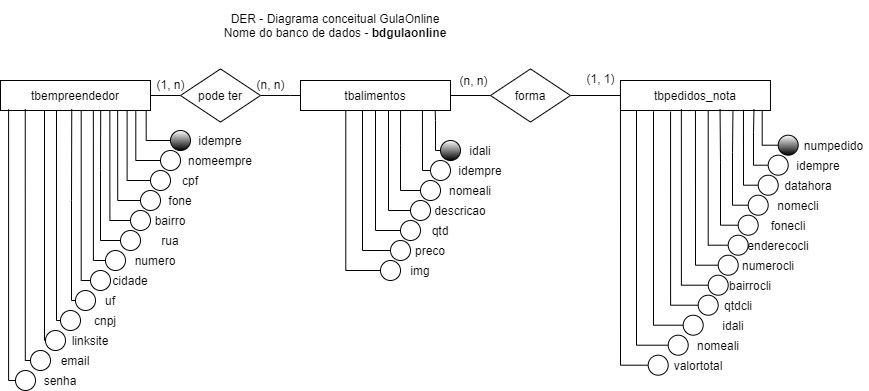
This is dc/gulaonline__DER_conceitual.png from Robesio/ds_tcc, a draw.io export, as it was before one commit. Source tidied: cells renumbered, new cells last; positions are measured from the earlier drawing's top-left corner, leaving out a move shared by most shapes.
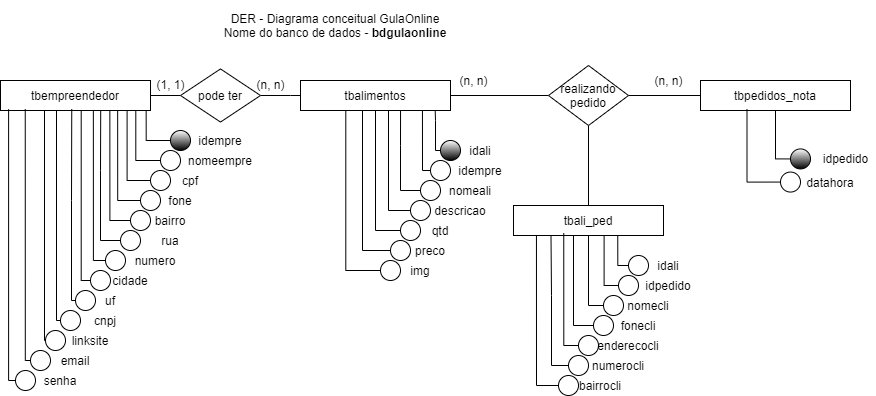
Later version of the same file.

The edit, as a diff of the source:
```diff
@@ -127,7 +127,7 @@
     <mxCell id="36" value="pode ter" style="rhombus;whiteSpace=wrap;html=1;strokeColor=#000000;gradientColor=none;" parent="1" vertex="1">
       <mxGeometry x="180" y="68.4" width="80" height="53.1" as="geometry" />
     </mxCell>
-    <mxCell id="37" value="(1, n)" style="text;html=1;align=center;verticalAlign=middle;shadow=1;" parent="1" vertex="1">
+    <mxCell id="37" value="(1, 1)" style="text;html=1;align=center;verticalAlign=middle;shadow=1;" parent="1" vertex="1">
       <mxGeometry x="150" y="73.8" width="40" height="20" as="geometry" />
     </mxCell>
     <mxCell id="38" value="(n, n)" style="text;html=1;align=center;verticalAlign=middle;points=[];shadow=1;" parent="1" vertex="1">
@@ -148,110 +148,32 @@
       <mxGeometry x="70" y="330" width="40" height="20" as="geometry" />
     </mxCell>
     <mxCell id="42" value="tbpedidos_nota" style="rounded=0;whiteSpace=wrap;html=1;" parent="1" vertex="1">
-      <mxGeometry x="620" y="80" width="150" height="30" as="geometry" />
+      <mxGeometry x="700" y="80" width="150" height="30" as="geometry" />
     </mxCell>
-    <mxCell id="43" style="edgeStyle=orthogonalEdgeStyle;rounded=0;jettySize=auto;html=1;exitX=0;exitY=0.5;exitDx=0;exitDy=0;entryX=0.945;entryY=0.993;entryDx=0;entryDy=0;entryPerimeter=0;endArrow=none;endFill=0;" parent="1" edge="1" source="44" target="42">
-      <mxGeometry relative="1" as="geometry" />
+    <mxCell id="43" style="edgeStyle=orthogonalEdgeStyle;rounded=0;jettySize=auto;html=1;exitX=0;exitY=0.5;exitDx=0;exitDy=0;entryX=0.5;entryY=1;entryDx=0;entryDy=0;endArrow=none;endFill=0;" parent="1" edge="1" source="44" target="42">
+      <mxGeometry relative="1" as="geometry">
+        <Array as="points">
+          <mxPoint x="775" y="158" />
+        </Array>
+      </mxGeometry>
     </mxCell>
     <mxCell id="44" style="ellipse;whiteSpace=wrap;html=1;gradientColor=#000000;" parent="1" vertex="1">
-      <mxGeometry x="777.7" y="134.7" width="20" height="20" as="geometry" />
+      <mxGeometry x="790" y="148.4" width="20" height="20" as="geometry" />
     </mxCell>
-    <mxCell id="45" style="edgeStyle=orthogonalEdgeStyle;rounded=0;jettySize=auto;html=1;exitX=0;exitY=0.5;exitDx=0;exitDy=0;endArrow=none;endFill=0;entryX=0.89;entryY=0.958;entryDx=0;entryDy=0;entryPerimeter=0;" parent="1" edge="1" source="46" target="42">
-      <mxGeometry relative="1" as="geometry">
-        <Array as="points">
-          <mxPoint x="753" y="165" />
-          <mxPoint x="753" y="132" />
-        </Array>
-      </mxGeometry>
-    </mxCell>
-    <mxCell id="46" style="ellipse;whiteSpace=wrap;html=1;strokeColor=#000000;" parent="1" vertex="1">
-      <mxGeometry x="767.7" y="154.7" width="20" height="20" as="geometry" />
-    </mxCell>
-    <mxCell id="47" style="edgeStyle=orthogonalEdgeStyle;rounded=0;jettySize=auto;html=1;exitX=0;exitY=0.5;exitDx=0;exitDy=0;entryX=0.82;entryY=0.975;entryDx=0;entryDy=0;entryPerimeter=0;endArrow=none;endFill=0;" parent="1" edge="1" source="48" target="42">
-      <mxGeometry relative="1" as="geometry">
-        <Array as="points">
-          <mxPoint x="743" y="185" />
-        </Array>
-      </mxGeometry>
+    <mxCell id="47" style="edgeStyle=orthogonalEdgeStyle;rounded=0;jettySize=auto;html=1;exitX=0;exitY=0.5;exitDx=0;exitDy=0;entryX=0.31;entryY=0.952;entryDx=0;entryDy=0;entryPerimeter=0;endArrow=none;endFill=0;" parent="1" edge="1" source="48" target="42">
+      <mxGeometry relative="1" as="geometry" />
     </mxCell>
     <mxCell id="48" style="ellipse;whiteSpace=wrap;html=1;strokeColor=#000000;" parent="1" vertex="1">
-      <mxGeometry x="757.7" y="174.7" width="20" height="20" as="geometry" />
+      <mxGeometry x="780" y="171.6" width="20" height="20" as="geometry" />
     </mxCell>
     <mxCell id="49" value="datahora" style="text;html=1;strokeColor=none;fillColor=none;align=center;verticalAlign=middle;whiteSpace=wrap;rounded=0;" parent="1" vertex="1">
-      <mxGeometry x="787.7" y="174.7" width="40" height="20" as="geometry" />
+      <mxGeometry x="810" y="171.6" width="40" height="20" as="geometry" />
     </mxCell>
-    <mxCell id="50" style="edgeStyle=orthogonalEdgeStyle;rounded=0;jettySize=auto;html=1;exitX=0;exitY=0.5;exitDx=0;exitDy=0;entryX=0.75;entryY=1;entryDx=0;entryDy=0;endArrow=none;endFill=0;" parent="1" edge="1" source="51" target="42">
-      <mxGeometry relative="1" as="geometry">
-        <Array as="points">
-          <mxPoint x="732" y="205" />
-          <mxPoint x="732" y="152" />
-        </Array>
-      </mxGeometry>
-    </mxCell>
-    <mxCell id="51" style="ellipse;whiteSpace=wrap;html=1;strokeColor=#000000;" parent="1" vertex="1">
-      <mxGeometry x="747.7" y="194.7" width="20" height="20" as="geometry" />
-    </mxCell>
-    <mxCell id="52" value="nomecli" style="text;html=1;strokeColor=none;fillColor=none;align=center;verticalAlign=middle;whiteSpace=wrap;rounded=0;" parent="1" vertex="1">
-      <mxGeometry x="777.7" y="194.7" width="40" height="20" as="geometry" />
-    </mxCell>
-    <mxCell id="53" style="edgeStyle=orthogonalEdgeStyle;rounded=0;jettySize=auto;html=1;exitX=0;exitY=0.5;exitDx=0;exitDy=0;entryX=0.664;entryY=0.958;entryDx=0;entryDy=0;entryPerimeter=0;endArrow=none;endFill=0;" parent="1" edge="1" source="54" target="42">
-      <mxGeometry relative="1" as="geometry">
-        <Array as="points">
-          <mxPoint x="720" y="225" />
-          <mxPoint x="720" y="162" />
-        </Array>
-      </mxGeometry>
-    </mxCell>
-    <mxCell id="54" style="ellipse;whiteSpace=wrap;html=1;strokeColor=#000000;" parent="1" vertex="1">
-      <mxGeometry x="737.7" y="214.7" width="20" height="20" as="geometry" />
-    </mxCell>
-    <mxCell id="55" value="fonecli" style="text;html=1;strokeColor=none;fillColor=none;align=center;verticalAlign=middle;whiteSpace=wrap;rounded=0;" parent="1" vertex="1">
-      <mxGeometry x="767.7" y="214.7" width="40" height="20" as="geometry" />
-    </mxCell>
-    <mxCell id="56" style="edgeStyle=orthogonalEdgeStyle;rounded=0;jettySize=auto;html=1;exitX=0;exitY=0.5;exitDx=0;exitDy=0;entryX=0.585;entryY=0.993;entryDx=0;entryDy=0;entryPerimeter=0;endArrow=none;endFill=0;" parent="1" edge="1" source="57" target="42">
-      <mxGeometry relative="1" as="geometry" />
-    </mxCell>
-    <mxCell id="57" style="ellipse;whiteSpace=wrap;html=1;strokeColor=#000000;" parent="1" vertex="1">
-      <mxGeometry x="727.7" y="234.7" width="20" height="20" as="geometry" />
-    </mxCell>
-    <mxCell id="58" value="enderecocli" style="text;html=1;strokeColor=none;fillColor=none;align=center;verticalAlign=middle;whiteSpace=wrap;rounded=0;" parent="1" vertex="1">
-      <mxGeometry x="757.7" y="234.7" width="40" height="20" as="geometry" />
-    </mxCell>
-    <mxCell id="59" style="edgeStyle=orthogonalEdgeStyle;rounded=0;jettySize=auto;html=1;exitX=0;exitY=0.5;exitDx=0;exitDy=0;entryX=0.5;entryY=1;entryDx=0;entryDy=0;endArrow=none;endFill=0;" parent="1" edge="1" source="60" target="42">
-      <mxGeometry relative="1" as="geometry" />
-    </mxCell>
-    <mxCell id="60" style="ellipse;whiteSpace=wrap;html=1;strokeColor=#000000;" parent="1" vertex="1">
-      <mxGeometry x="717.7" y="254.7" width="20" height="20" as="geometry" />
-    </mxCell>
-    <mxCell id="61" value="numerocli" style="text;html=1;strokeColor=none;fillColor=none;align=center;verticalAlign=middle;whiteSpace=wrap;rounded=0;" parent="1" vertex="1">
-      <mxGeometry x="747.7" y="254.7" width="40" height="20" as="geometry" />
-    </mxCell>
-    <mxCell id="62" value="numpedido" style="text;html=1;align=center;verticalAlign=middle;" parent="1" vertex="1">
-      <mxGeometry x="797.7" y="134.7" width="70" height="20" as="geometry" />
+    <mxCell id="62" value="&lt;span&gt;idpedido&lt;/span&gt;" style="text;html=1;align=center;verticalAlign=middle;" parent="1" vertex="1">
+      <mxGeometry x="815" y="148.4" width="60" height="20" as="geometry" />
     </mxCell>
-    <mxCell id="63" value="idempre" style="text;html=1;strokeColor=none;fillColor=none;align=center;verticalAlign=middle;whiteSpace=wrap;rounded=0;" parent="1" vertex="1">
-      <mxGeometry x="797.7" y="154.7" width="40" height="20" as="geometry" />
-    </mxCell>
-    <mxCell id="64" style="edgeStyle=orthogonalEdgeStyle;rounded=0;jettySize=auto;html=1;exitX=0;exitY=0.5;exitDx=0;exitDy=0;entryX=0.406;entryY=0.959;entryDx=0;entryDy=0;entryPerimeter=0;endArrow=none;endFill=0;" parent="1" edge="1" source="65" target="42">
-      <mxGeometry relative="1" as="geometry" />
-    </mxCell>
-    <mxCell id="65" style="ellipse;whiteSpace=wrap;html=1;strokeColor=#000000;" parent="1" vertex="1">
-      <mxGeometry x="707.7" y="274.7" width="20" height="20" as="geometry" />
-    </mxCell>
-    <mxCell id="66" value="bairrocli" style="text;html=1;strokeColor=none;fillColor=none;align=center;verticalAlign=middle;whiteSpace=wrap;rounded=0;" parent="1" vertex="1">
-      <mxGeometry x="730" y="274.7" width="40" height="20" as="geometry" />
-    </mxCell>
-    <mxCell id="67" style="edgeStyle=orthogonalEdgeStyle;rounded=0;jettySize=auto;html=1;exitX=0;exitY=0.5;exitDx=0;exitDy=0;endArrow=none;endFill=0;entryX=0.334;entryY=1.034;entryDx=0;entryDy=0;entryPerimeter=0;" parent="1" edge="1" source="68" target="42">
-      <mxGeometry relative="1" as="geometry" />
-    </mxCell>
-    <mxCell id="68" style="ellipse;whiteSpace=wrap;html=1;strokeColor=#000000;" parent="1" vertex="1">
-      <mxGeometry x="697.7" y="294.7" width="20" height="20" as="geometry" />
-    </mxCell>
-    <mxCell id="69" value="qtdcli" style="text;html=1;strokeColor=none;fillColor=none;align=center;verticalAlign=middle;whiteSpace=wrap;rounded=0;" parent="1" vertex="1">
-      <mxGeometry x="717.7" y="294.7" width="40" height="20" as="geometry" />
-    </mxCell>
-    <mxCell id="70" value="(1, 1)" style="text;html=1;align=center;verticalAlign=middle;shadow=1;" parent="1" vertex="1">
-      <mxGeometry x="580" y="68.4" width="40" height="20" as="geometry" />
+    <mxCell id="70" value="(n, n)" style="text;html=1;align=center;verticalAlign=middle;shadow=1;" parent="1" vertex="1">
+      <mxGeometry x="648" y="70" width="40" height="20" as="geometry" />
     </mxCell>
     <mxCell id="71" style="edgeStyle=orthogonalEdgeStyle;rounded=0;jettySize=auto;html=1;exitX=0;exitY=0.5;exitDx=0;exitDy=0;entryX=0.165;entryY=0.958;entryDx=0;entryDy=0;entryPerimeter=0;endArrow=none;endFill=0;" parent="1" edge="1" source="72" target="4">
       <mxGeometry relative="1" as="geometry">
@@ -279,9 +201,6 @@
     <mxCell id="76" value="senha" style="text;html=1;strokeColor=none;fillColor=none;align=center;verticalAlign=middle;whiteSpace=wrap;rounded=0;" parent="1" vertex="1">
       <mxGeometry x="40" y="370" width="40" height="20" as="geometry" />
     </mxCell>
-    <mxCell id="77" style="edgeStyle=orthogonalEdgeStyle;rounded=0;jettySize=auto;html=1;exitX=1;exitY=0.5;exitDx=0;exitDy=0;entryX=0;entryY=0.5;entryDx=0;entryDy=0;endArrow=none;endFill=0;" parent="1" edge="1" source="79" target="102">
-      <mxGeometry relative="1" as="geometry" />
-    </mxCell>
     <mxCell id="78" style="edgeStyle=orthogonalEdgeStyle;rounded=0;jettySize=auto;html=1;exitX=0;exitY=0.5;exitDx=0;exitDy=0;entryX=1;entryY=1.063;entryDx=0;entryDy=0;entryPerimeter=0;endArrow=none;endFill=0;" parent="1" edge="1" source="79" target="38">
       <mxGeometry relative="1" as="geometry" />
     </mxCell>
@@ -371,56 +290,111 @@
     <mxCell id="100" value="img" style="text;html=1;strokeColor=none;fillColor=none;align=center;verticalAlign=middle;whiteSpace=wrap;rounded=0;" parent="1" vertex="1">
       <mxGeometry x="400" y="260" width="40" height="20" as="geometry" />
     </mxCell>
-    <mxCell id="101" style="edgeStyle=orthogonalEdgeStyle;rounded=0;jettySize=auto;html=1;exitX=1;exitY=0.5;exitDx=0;exitDy=0;entryX=0;entryY=0.5;entryDx=0;entryDy=0;endArrow=none;endFill=0;" parent="1" edge="1" source="102" target="42">
-      <mxGeometry relative="1" as="geometry" />
-    </mxCell>
-    <mxCell id="102" value="forma" style="rhombus;whiteSpace=wrap;html=1;strokeColor=#000000;gradientColor=none;" parent="1" vertex="1">
-      <mxGeometry x="490" y="68.4" width="80" height="53.1" as="geometry" />
-    </mxCell>
     <mxCell id="103" value="(n, n)" style="text;html=1;align=center;verticalAlign=middle;" parent="1" vertex="1">
       <mxGeometry x="453" y="70" width="40" height="20" as="geometry" />
     </mxCell>
-    <mxCell id="104" style="edgeStyle=orthogonalEdgeStyle;rounded=0;jettySize=auto;html=1;exitX=0;exitY=0.5;exitDx=0;exitDy=0;endArrow=none;endFill=0;" parent="1" edge="1" source="105">
-      <mxGeometry relative="1" as="geometry">
-        <mxPoint x="653" y="120" as="targetPoint" />
-        <Array as="points">
-          <mxPoint x="653" y="325" />
-          <mxPoint x="653" y="111" />
-        </Array>
-      </mxGeometry>
-    </mxCell>
-    <mxCell id="105" style="ellipse;whiteSpace=wrap;html=1;strokeColor=#000000;" parent="1" vertex="1">
-      <mxGeometry x="682.7" y="314.7" width="20" height="20" as="geometry" />
-    </mxCell>
+    <mxCell id="113" style="edgeStyle=orthogonalEdgeStyle;rounded=0;jettySize=auto;html=1;exitX=0;exitY=0.5;exitDx=0;exitDy=0;entryX=0.695;entryY=0.982;entryDx=0;entryDy=0;entryPerimeter=0;endArrow=none;endFill=0;" parent="1" edge="1" source="114" target="123">
+      <mxGeometry relative="1" as="geometry" />
+    </mxCell>
+    <mxCell id="114" style="ellipse;whiteSpace=wrap;html=1;strokeColor=#000000;" parent="1" vertex="1">
+      <mxGeometry x="628" y="255" width="20" height="20" as="geometry" />
+    </mxCell>
     <mxCell id="106" value="idali" style="text;html=1;strokeColor=none;fillColor=none;align=center;verticalAlign=middle;whiteSpace=wrap;rounded=0;" parent="1" vertex="1">
-      <mxGeometry x="712.7" y="314.7" width="40" height="20" as="geometry" />
+      <mxGeometry x="648" y="255" width="40" height="20" as="geometry" />
     </mxCell>
-    <mxCell id="107" style="edgeStyle=orthogonalEdgeStyle;rounded=0;jettySize=auto;html=1;exitX=0;exitY=0.5;exitDx=0;exitDy=0;endArrow=none;endFill=0;" parent="1" edge="1" source="108">
-      <mxGeometry relative="1" as="geometry">
-        <mxPoint x="636" y="110" as="targetPoint" />
-        <Array as="points">
-          <mxPoint x="636" y="345" />
-        </Array>
-      </mxGeometry>
-    </mxCell>
-    <mxCell id="108" style="ellipse;whiteSpace=wrap;html=1;strokeColor=#000000;" parent="1" vertex="1">
-      <mxGeometry x="667.7" y="334.7" width="20" height="20" as="geometry" />
-    </mxCell>
-    <mxCell id="109" value="nomeali" style="text;html=1;strokeColor=none;fillColor=none;align=center;verticalAlign=middle;whiteSpace=wrap;rounded=0;" parent="1" vertex="1">
-      <mxGeometry x="697.7" y="334.7" width="40" height="20" as="geometry" />
-    </mxCell>
-    <mxCell id="110" style="edgeStyle=orthogonalEdgeStyle;rounded=0;jettySize=auto;html=1;exitX=0;exitY=0.5;exitDx=0;exitDy=0;entryX=0;entryY=1;entryDx=0;entryDy=0;endArrow=none;endFill=0;" parent="1" edge="1" source="111" target="42">
-      <mxGeometry relative="1" as="geometry">
-        <Array as="points">
-          <mxPoint x="620" y="365" />
-        </Array>
-      </mxGeometry>
-    </mxCell>
-    <mxCell id="111" style="ellipse;whiteSpace=wrap;html=1;strokeColor=#000000;" parent="1" vertex="1">
-      <mxGeometry x="647.7" y="354.7" width="20" height="20" as="geometry" />
-    </mxCell>
-    <mxCell id="112" value="valortotal" style="text;html=1;strokeColor=none;fillColor=none;align=center;verticalAlign=middle;whiteSpace=wrap;rounded=0;" parent="1" vertex="1">
-      <mxGeometry x="677.7" y="354.7" width="40" height="20" as="geometry" />
-    </mxCell>
+    <mxCell id="115" style="edgeStyle=orthogonalEdgeStyle;rounded=0;jettySize=auto;html=1;exitX=0;exitY=0.5;exitDx=0;exitDy=0;entryX=0.604;entryY=0.952;entryDx=0;entryDy=0;entryPerimeter=0;endArrow=none;endFill=0;" parent="1" edge="1" source="116" target="123">
+      <mxGeometry relative="1" as="geometry">
+        <Array as="points">
+          <mxPoint x="604" y="285" />
+        </Array>
+      </mxGeometry>
+    </mxCell>
+    <mxCell id="116" style="ellipse;whiteSpace=wrap;html=1;strokeColor=#000000;" parent="1" vertex="1">
+      <mxGeometry x="618" y="275" width="20" height="20" as="geometry" />
+    </mxCell>
+    <mxCell id="117" value="idpedido" style="text;html=1;strokeColor=none;fillColor=none;align=center;verticalAlign=middle;whiteSpace=wrap;rounded=0;" parent="1" vertex="1">
+      <mxGeometry x="648" y="275" width="40" height="20" as="geometry" />
+    </mxCell>
+    <mxCell id="118" style="edgeStyle=orthogonalEdgeStyle;rounded=0;jettySize=auto;html=1;exitX=0;exitY=0.5;exitDx=0;exitDy=0;endArrow=none;endFill=0;" parent="1" edge="1" source="119" target="123">
+      <mxGeometry relative="1" as="geometry">
+        <Array as="points">
+          <mxPoint x="588" y="305" />
+        </Array>
+      </mxGeometry>
+    </mxCell>
+    <mxCell id="119" style="ellipse;whiteSpace=wrap;html=1;strokeColor=#000000;" parent="1" vertex="1">
+      <mxGeometry x="603" y="295" width="20" height="20" as="geometry" />
+    </mxCell>
+    <mxCell id="52" value="nomecli" style="text;html=1;strokeColor=none;fillColor=none;align=center;verticalAlign=middle;whiteSpace=wrap;rounded=0;" parent="1" vertex="1">
+      <mxGeometry x="628" y="295" width="40" height="20" as="geometry" />
+    </mxCell>
+    <mxCell id="120" style="edgeStyle=orthogonalEdgeStyle;rounded=0;jettySize=auto;html=1;exitX=0;exitY=0.5;exitDx=0;exitDy=0;endArrow=none;endFill=0;" parent="1" edge="1" source="121" target="123">
+      <mxGeometry relative="1" as="geometry">
+        <Array as="points">
+          <mxPoint x="573" y="325" />
+        </Array>
+      </mxGeometry>
+    </mxCell>
+    <mxCell id="121" style="ellipse;whiteSpace=wrap;html=1;strokeColor=#000000;" parent="1" vertex="1">
+      <mxGeometry x="593" y="315" width="20" height="20" as="geometry" />
+    </mxCell>
+    <mxCell id="55" value="fonecli" style="text;html=1;strokeColor=none;fillColor=none;align=center;verticalAlign=middle;whiteSpace=wrap;rounded=0;" parent="1" vertex="1">
+      <mxGeometry x="618" y="315" width="40" height="20" as="geometry" />
+    </mxCell>
+    <mxCell id="122" style="edgeStyle=none;rounded=0;jettySize=auto;html=1;exitX=0.5;exitY=0;exitDx=0;exitDy=0;entryX=0.5;entryY=1;entryDx=0;entryDy=0;endArrow=none;endFill=0;" parent="1" edge="1" source="123" target="132">
+      <mxGeometry relative="1" as="geometry" />
+    </mxCell>
+    <mxCell id="123" value="tbali_ped" style="rounded=0;whiteSpace=wrap;html=1;" parent="1" vertex="1">
+      <mxGeometry x="513" y="205" width="150" height="30" as="geometry" />
+    </mxCell>
+    <mxCell id="124" style="edgeStyle=orthogonalEdgeStyle;rounded=0;jettySize=auto;html=1;exitX=0;exitY=0.5;exitDx=0;exitDy=0;entryX=0.335;entryY=0.921;entryDx=0;entryDy=0;entryPerimeter=0;endArrow=none;endFill=0;" parent="1" edge="1" source="125" target="123">
+      <mxGeometry relative="1" as="geometry">
+        <Array as="points">
+          <mxPoint x="563" y="345" />
+        </Array>
+      </mxGeometry>
+    </mxCell>
+    <mxCell id="125" style="ellipse;whiteSpace=wrap;html=1;strokeColor=#000000;" parent="1" vertex="1">
+      <mxGeometry x="578" y="335" width="20" height="20" as="geometry" />
+    </mxCell>
+    <mxCell id="58" value="enderecocli" style="text;html=1;strokeColor=none;fillColor=none;align=center;verticalAlign=middle;whiteSpace=wrap;rounded=0;" parent="1" vertex="1">
+      <mxGeometry x="608" y="335" width="40" height="20" as="geometry" />
+    </mxCell>
+    <mxCell id="126" style="edgeStyle=orthogonalEdgeStyle;rounded=0;jettySize=auto;html=1;exitX=0;exitY=0.5;exitDx=0;exitDy=0;entryX=0.25;entryY=1;entryDx=0;entryDy=0;endArrow=none;endFill=0;" parent="1" edge="1" source="127" target="123">
+      <mxGeometry relative="1" as="geometry">
+        <Array as="points">
+          <mxPoint x="551" y="365" />
+          <mxPoint x="551" y="295" />
+        </Array>
+      </mxGeometry>
+    </mxCell>
+    <mxCell id="127" style="ellipse;whiteSpace=wrap;html=1;strokeColor=#000000;" parent="1" vertex="1">
+      <mxGeometry x="568" y="355" width="20" height="20" as="geometry" />
+    </mxCell>
+    <mxCell id="61" value="numerocli" style="text;html=1;strokeColor=none;fillColor=none;align=center;verticalAlign=middle;whiteSpace=wrap;rounded=0;" parent="1" vertex="1">
+      <mxGeometry x="598" y="355" width="40" height="20" as="geometry" />
+    </mxCell>
+    <mxCell id="128" style="edgeStyle=orthogonalEdgeStyle;rounded=0;jettySize=auto;html=1;exitX=0;exitY=0.5;exitDx=0;exitDy=0;entryX=0.153;entryY=0.982;entryDx=0;entryDy=0;entryPerimeter=0;endArrow=none;endFill=0;" parent="1" edge="1" source="129" target="123">
+      <mxGeometry relative="1" as="geometry">
+        <Array as="points">
+          <mxPoint x="536" y="385" />
+        </Array>
+      </mxGeometry>
+    </mxCell>
+    <mxCell id="129" style="ellipse;whiteSpace=wrap;html=1;strokeColor=#000000;" parent="1" vertex="1">
+      <mxGeometry x="558" y="375" width="20" height="20" as="geometry" />
+    </mxCell>
+    <mxCell id="66" value="bairrocli" style="text;html=1;strokeColor=none;fillColor=none;align=center;verticalAlign=middle;whiteSpace=wrap;rounded=0;" parent="1" vertex="1">
+      <mxGeometry x="580.3" y="375" width="40" height="20" as="geometry" />
+    </mxCell>
+    <mxCell id="130" style="rounded=0;jettySize=auto;html=1;exitX=1;exitY=0.5;exitDx=0;exitDy=0;entryX=0;entryY=0.5;entryDx=0;entryDy=0;endArrow=none;endFill=0;" parent="1" edge="1" source="132" target="42">
+      <mxGeometry relative="1" as="geometry" />
+    </mxCell>
+    <mxCell id="131" style="edgeStyle=none;rounded=0;jettySize=auto;html=1;exitX=0;exitY=0.5;exitDx=0;exitDy=0;entryX=1;entryY=0.5;entryDx=0;entryDy=0;endArrow=none;endFill=0;" parent="1" edge="1" source="132" target="79">
+      <mxGeometry relative="1" as="geometry" />
+    </mxCell>
+    <mxCell id="132" value="realizando&lt;br&gt;pedido" style="rhombus;whiteSpace=wrap;html=1;" parent="1" vertex="1">
+      <mxGeometry x="548" y="65" width="80" height="60" as="geometry" />
+    </mxCell>
   </root>
 </mxGraphModel>
```
